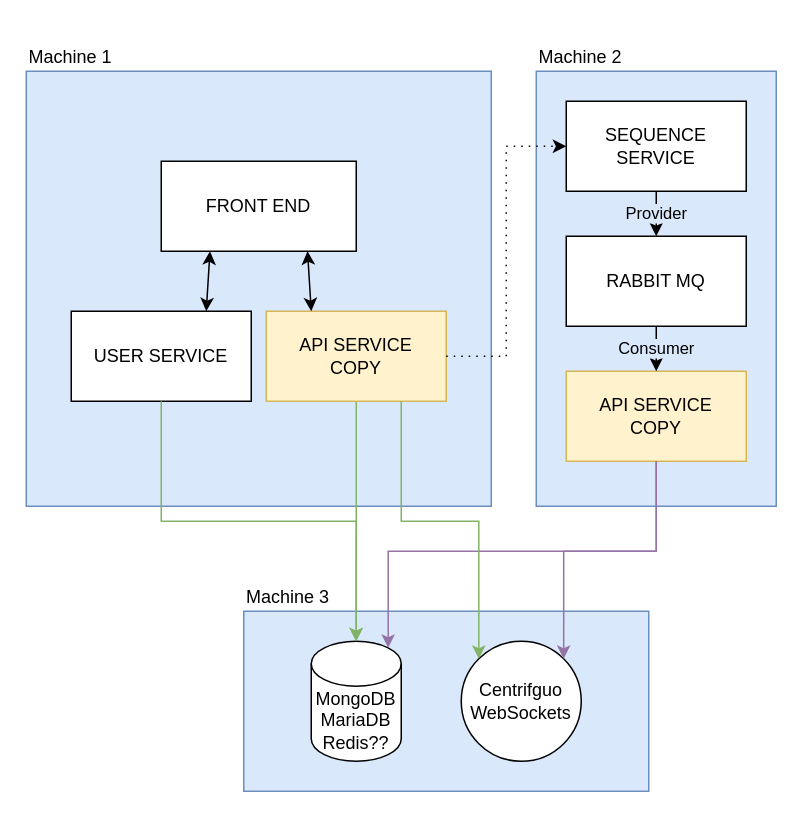
The draw.io diagram page "Page-3" (3 of 3) of Untitled Diagram.drawio in dennisofficial/rabbitmq-nestjs, before the edit. Source tidied: cells renumbered, new cells numbered last; positions are measured from the earlier drawing's top-left corner, leaving out a move shared by most shapes. Both pictures are drawn from the tidied source at 150%, with x=0, y=0 at pixel (26, 26).
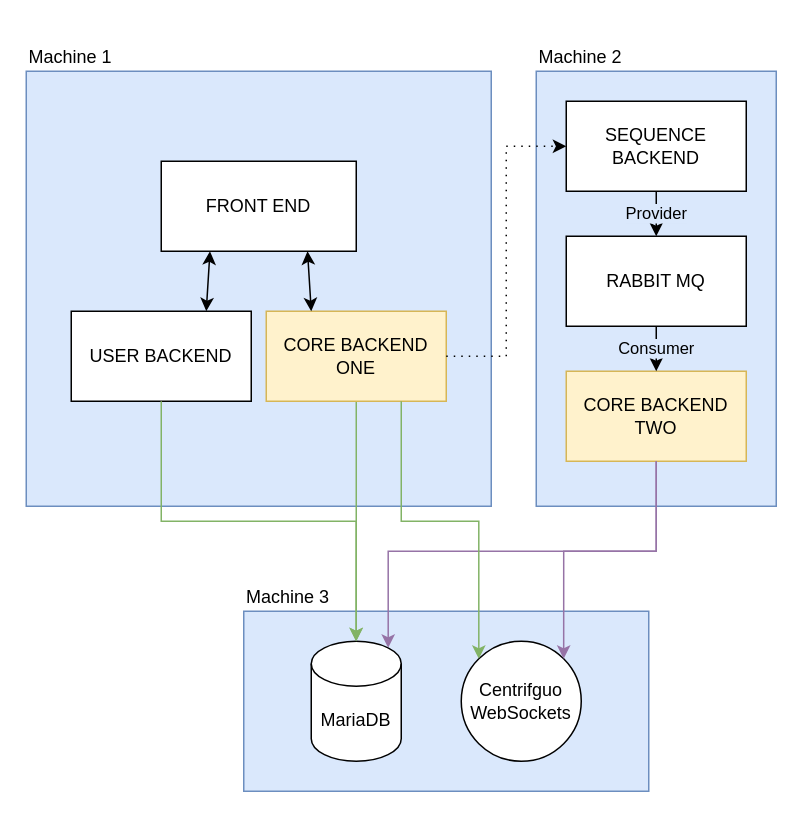
Above is the later version.

The change refers to these unchanged cells:
```xml
<mxCell id="2" style="group;" parent="1" vertex="1">
  <mxGeometry x="145" y="360" width="270" height="150" as="geometry" />
</mxCell>
<mxCell id="7" style="group;" parent="1" vertex="1">
  <mxGeometry x="340" width="160" height="320" as="geometry" />
</mxCell>
<mxCell id="15" style="group;" parent="1" vertex="1">
  <mxGeometry width="310" height="320" as="geometry" />
</mxCell>
```

Diff of the diagram source:
```diff
@@
-    <mxCell id="4" value="MongoDB&lt;br&gt;MariaDB&lt;br&gt;Redis??" style="shape=cylinder3;whiteSpace=wrap;html=1;boundedLbl=1;backgroundOutline=1;size=15;" parent="2" vertex="1">
+    <mxCell id="4" value="MariaDB" style="shape=cylinder3;whiteSpace=wrap;html=1;boundedLbl=1;backgroundOutline=1;size=15;" parent="2" vertex="1">
       <mxGeometry x="45" y="50" width="60" height="80" as="geometry" />
     </mxCell>
@@
-    <mxCell id="9" value="API SERVICE&lt;br&gt;COPY" style="rounded=0;whiteSpace=wrap;html=1;fillColor=#fff2cc;strokeColor=#d6b656;" parent="7" vertex="1">
+    <mxCell id="9" value="CORE BACKEND&lt;br&gt;TWO" style="rounded=0;whiteSpace=wrap;html=1;fillColor=#fff2cc;strokeColor=#d6b656;" parent="7" vertex="1">
       <mxGeometry x="20" y="230" width="120" height="60" as="geometry" />
     </mxCell>
-    <mxCell id="10" value="SEQUENCE SERVICE" style="rounded=0;whiteSpace=wrap;html=1;" parent="7" vertex="1">
+    <mxCell id="10" value="SEQUENCE&lt;br&gt;BACKEND" style="rounded=0;whiteSpace=wrap;html=1;" parent="7" vertex="1">
       <mxGeometry x="20" y="50" width="120" height="60" as="geometry" />
     </mxCell>
@@
-    <mxCell id="18" value="API SERVICE&lt;br&gt;COPY" style="rounded=0;whiteSpace=wrap;html=1;fillColor=#fff2cc;strokeColor=#d6b656;" parent="15" vertex="1">
+    <mxCell id="18" value="CORE BACKEND&lt;br&gt;ONE" style="rounded=0;whiteSpace=wrap;html=1;fillColor=#fff2cc;strokeColor=#d6b656;" parent="15" vertex="1">
       <mxGeometry x="160" y="190" width="120" height="60" as="geometry" />
     </mxCell>
-    <mxCell id="19" value="USER SERVICE" style="rounded=0;whiteSpace=wrap;html=1;" parent="15" vertex="1">
+    <mxCell id="19" value="USER BACKEND" style="rounded=0;whiteSpace=wrap;html=1;" parent="15" vertex="1">
       <mxGeometry x="30" y="190" width="120" height="60" as="geometry" />
     </mxCell>
@@
     <mxCell id="24" style="edgeStyle=orthogonalEdgeStyle;rounded=0;jettySize=auto;html=1;exitX=1;exitY=0.5;exitDx=0;exitDy=0;entryX=0;entryY=0.5;entryDx=0;entryDy=0;dashed=1;dashPattern=1 4;" parent="1" edge="1" source="18" target="10">
-      <mxGeometry relative="1" as="geometry" />
+      <mxGeometry relative="1" as="geometry">
+        <Array as="points">
+          <mxPoint x="320" y="220" />
+          <mxPoint x="320" y="80" />
+        </Array>
+      </mxGeometry>
     </mxCell>
```
